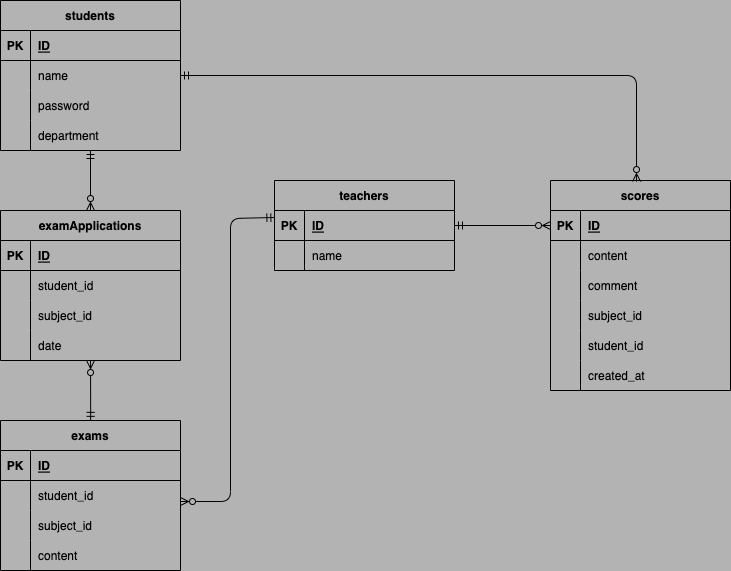
daurora-net/20220906ueda keeps this draw.io diagram as index.drawio.png. Above is the earlier version. Source tidied: cells renumbered, new cells last; positions are measured from the earlier drawing's top-left corner, leaving out a move shared by most shapes.
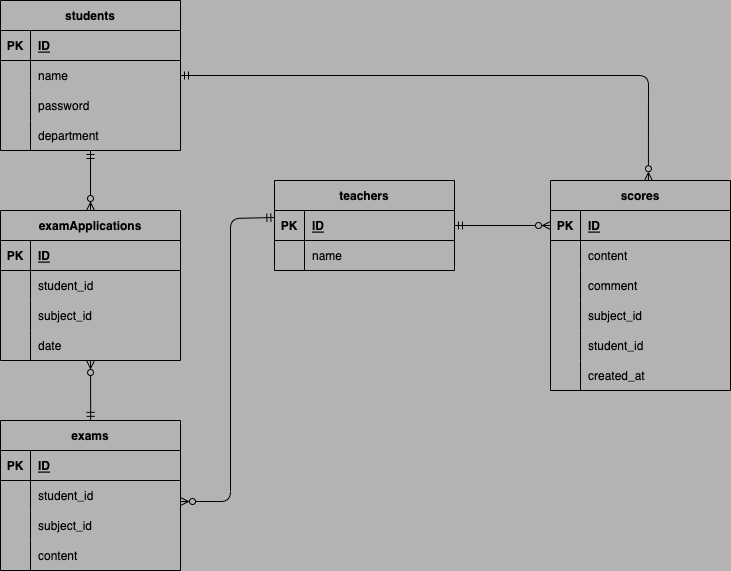
The same diagram one commit later.

Change to the diagram source:
```diff
@@ -219,10 +219,10 @@
         </Array>
       </mxGeometry>
     </mxCell>
-    <mxCell id="71" style="edgeStyle=none;rounded=1;html=1;entryX=0.478;entryY=0.005;entryDx=0;entryDy=0;entryPerimeter=0;fontColor=#000000;startArrow=ERmandOne;startFill=0;endArrow=ERzeroToMany;endFill=0;" parent="1" edge="1" source="7" target="51">
+    <mxCell id="71" style="edgeStyle=none;rounded=1;html=1;entryX=0.544;entryY=0.001;entryDx=0;entryDy=0;entryPerimeter=0;fontColor=#000000;startArrow=ERmandOne;startFill=0;endArrow=ERzeroToMany;endFill=0;" parent="1" edge="1" source="7" target="51">
       <mxGeometry relative="1" as="geometry">
         <Array as="points">
-          <mxPoint x="636" y="75" />
+          <mxPoint x="648" y="75" />
         </Array>
       </mxGeometry>
     </mxCell>
```
